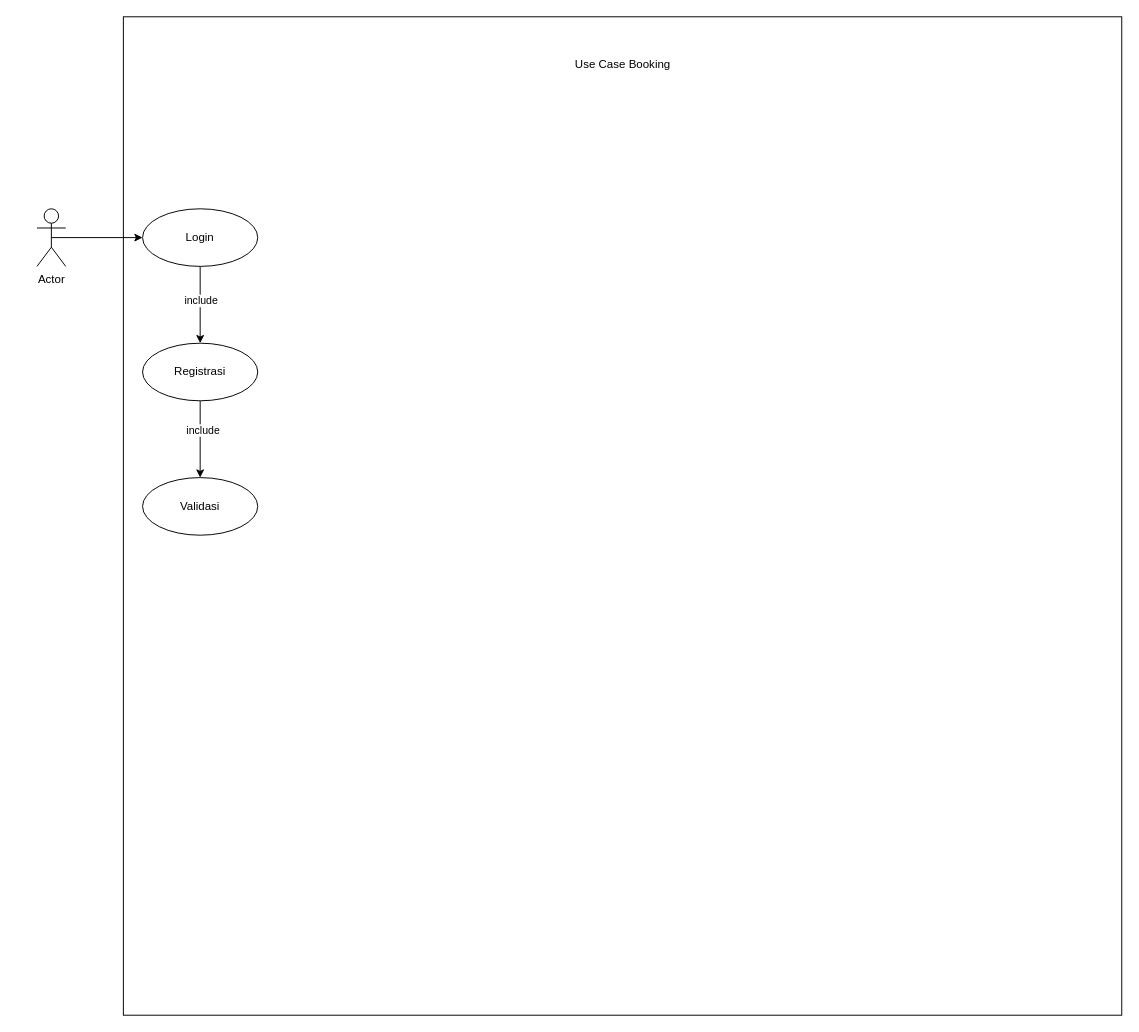
Earlier version of the draw.io diagram Untitled Diagram.drawio (GSNugroho/latihan-nestjs). Source tidied: cells renumbered, new cells numbered last; positions are measured from the earlier drawing's top-left corner, leaving out a move shared by most shapes. Both pictures are drawn from the tidied source at 96%, with x=0, y=0 at pixel (36, 16).
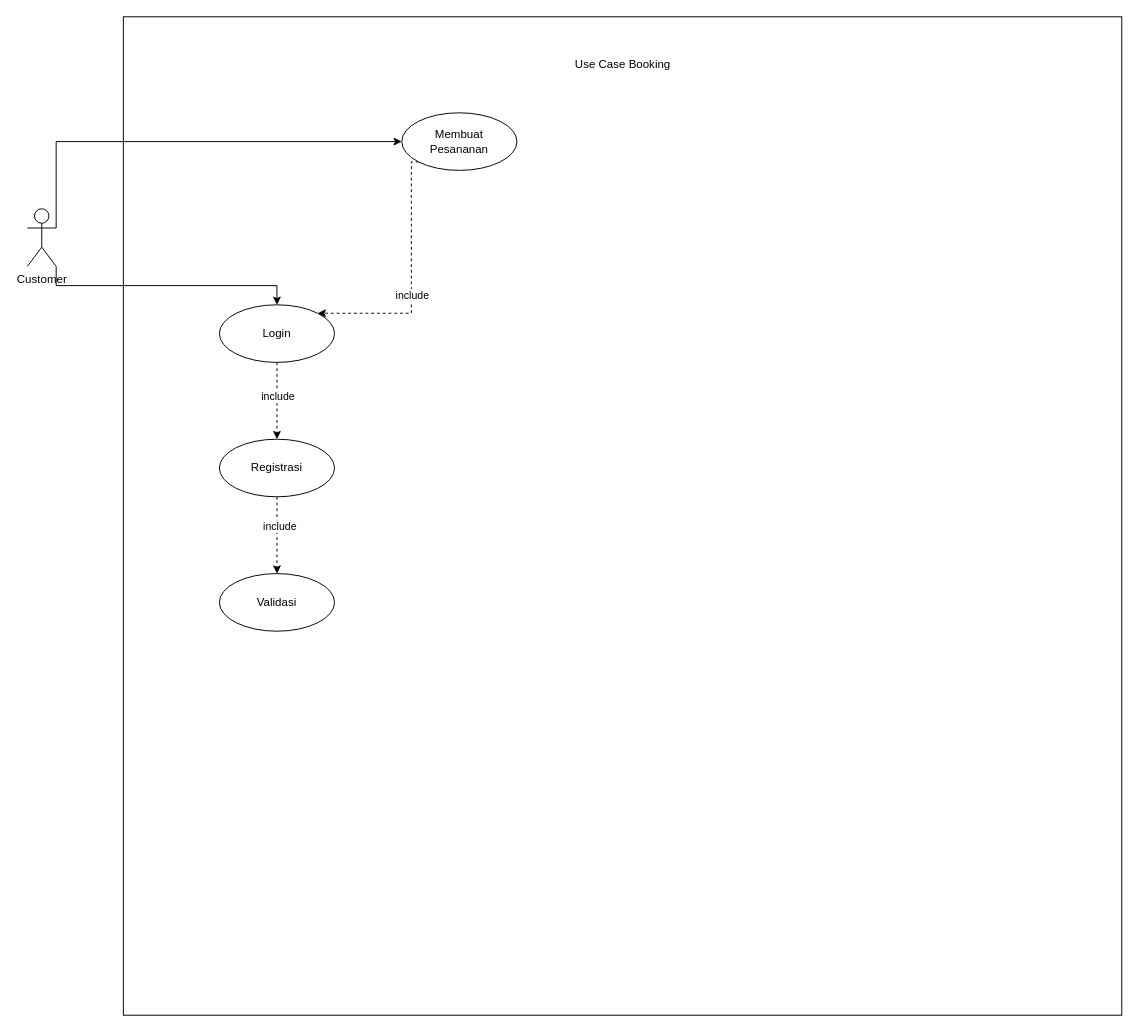
The same page after the edit.

Change to the diagram source:
```diff
@@
 <mxGraphModel>
   <root>
     <mxCell id="0" />
     <mxCell id="1" parent="0" />
     <mxCell id="2" style="whiteSpace=wrap;html=1;" parent="1" vertex="1">
       <mxGeometry x="90" width="1040" height="1040" as="geometry" />
     </mxCell>
-    <mxCell id="3" style="edgeStyle=orthogonalEdgeStyle;rounded=0;jettySize=auto;html=1;exitX=0.5;exitY=0.5;exitDx=0;exitDy=0;exitPerimeter=0;entryX=0;entryY=0.5;entryDx=0;entryDy=0;" parent="1" edge="1" source="4" target="8">
+    <mxCell id="3" style="edgeStyle=orthogonalEdgeStyle;rounded=0;jettySize=auto;html=1;exitX=1;exitY=1;exitDx=0;exitDy=0;exitPerimeter=0;" parent="1" edge="1" source="4" target="8">
       <mxGeometry relative="1" as="geometry" />
     </mxCell>
+    <mxCell id="13" style="edgeStyle=orthogonalEdgeStyle;rounded=0;jettySize=auto;html=1;exitX=1;exitY=0.3333333333333333;exitDx=0;exitDy=0;exitPerimeter=0;entryX=0;entryY=0.5;entryDx=0;entryDy=0;" parent="1" edge="1" source="4" target="16">
+      <mxGeometry relative="1" as="geometry">
+        <Array as="points">
+          <mxPoint x="20" y="130" />
+        </Array>
+      </mxGeometry>
+    </mxCell>
-    <mxCell id="4" value="Actor" style="shape=umlActor;verticalLabelPosition=bottom;verticalAlign=top;html=1;outlineConnect=0;" parent="1" vertex="1">
-      <mxGeometry y="200" width="30" height="60" as="geometry" />
+    <mxCell id="4" value="Customer" style="shape=umlActor;verticalLabelPosition=bottom;verticalAlign=top;html=1;outlineConnect=0;" parent="1" vertex="1">
+      <mxGeometry x="-10" y="200" width="30" height="60" as="geometry" />
     </mxCell>
     <mxCell id="5" value="&lt;div&gt;Use Case Booking&lt;/div&gt;" style="text;html=1;strokeColor=none;fillColor=none;align=center;verticalAlign=middle;whiteSpace=wrap;rounded=0;" parent="1" vertex="1">
       <mxGeometry x="506.5" y="20" width="207" height="60" as="geometry" />
     </mxCell>
-    <mxCell id="6" style="edgeStyle=orthogonalEdgeStyle;rounded=0;jettySize=auto;html=1;" parent="1" edge="1" source="8" target="11">
+    <mxCell id="6" style="edgeStyle=orthogonalEdgeStyle;rounded=0;jettySize=auto;html=1;dashed=1;" parent="1" edge="1" source="8" target="11">
       <mxGeometry relative="1" as="geometry" />
     </mxCell>
     <mxCell id="7" value="&lt;div&gt;include&lt;/div&gt;" style="edgeLabel;html=1;align=center;verticalAlign=middle;" parent="6" vertex="1">
       <mxGeometry x="-0.13" relative="1" as="geometry" />
     </mxCell>
     <mxCell id="8" value="Login" style="ellipse;whiteSpace=wrap;html=1;" parent="1" vertex="1">
-      <mxGeometry x="110" y="200" width="120" height="60" as="geometry" />
+      <mxGeometry x="190" y="300" width="120" height="60" as="geometry" />
     </mxCell>
-    <mxCell id="9" style="edgeStyle=orthogonalEdgeStyle;rounded=0;jettySize=auto;html=1;" parent="1" edge="1" source="11" target="12">
+    <mxCell id="9" style="edgeStyle=orthogonalEdgeStyle;rounded=0;jettySize=auto;html=1;dashed=1;" parent="1" edge="1" source="11" target="12">
       <mxGeometry relative="1" as="geometry" />
     </mxCell>
     <mxCell id="10" value="include" style="edgeLabel;html=1;align=center;verticalAlign=middle;" parent="9" vertex="1">
       <mxGeometry x="-0.25" y="2" relative="1" as="geometry" />
     </mxCell>
     <mxCell id="11" value="Registrasi" style="ellipse;whiteSpace=wrap;html=1;" parent="1" vertex="1">
-      <mxGeometry x="110" y="340" width="120" height="60" as="geometry" />
+      <mxGeometry x="190" y="440" width="120" height="60" as="geometry" />
     </mxCell>
     <mxCell id="12" value="Validasi" style="ellipse;whiteSpace=wrap;html=1;" parent="1" vertex="1">
-      <mxGeometry x="110" y="480" width="120" height="60" as="geometry" />
+      <mxGeometry x="190" y="580" width="120" height="60" as="geometry" />
     </mxCell>
+    <mxCell id="14" style="edgeStyle=orthogonalEdgeStyle;rounded=0;jettySize=auto;html=1;exitX=0;exitY=1;exitDx=0;exitDy=0;entryX=1;entryY=0;entryDx=0;entryDy=0;dashed=1;" parent="1" edge="1" source="16" target="8">
+      <mxGeometry relative="1" as="geometry">
+        <Array as="points">
+          <mxPoint x="390" y="151" />
+          <mxPoint x="390" y="309" />
+        </Array>
+      </mxGeometry>
+    </mxCell>
+    <mxCell id="15" value="&lt;div&gt;include&lt;/div&gt;" style="edgeLabel;html=1;align=center;verticalAlign=middle;" parent="14" vertex="1">
+      <mxGeometry x="0.11" relative="1" as="geometry" />
+    </mxCell>
+    <mxCell id="16" value="&lt;div&gt;Membuat&lt;/div&gt;&lt;div&gt;Pesananan&lt;br&gt;&lt;/div&gt;" style="ellipse;whiteSpace=wrap;html=1;" parent="1" vertex="1">
+      <mxGeometry x="380" y="100" width="120" height="60" as="geometry" />
+    </mxCell>
   </root>
 </mxGraphModel>
```
